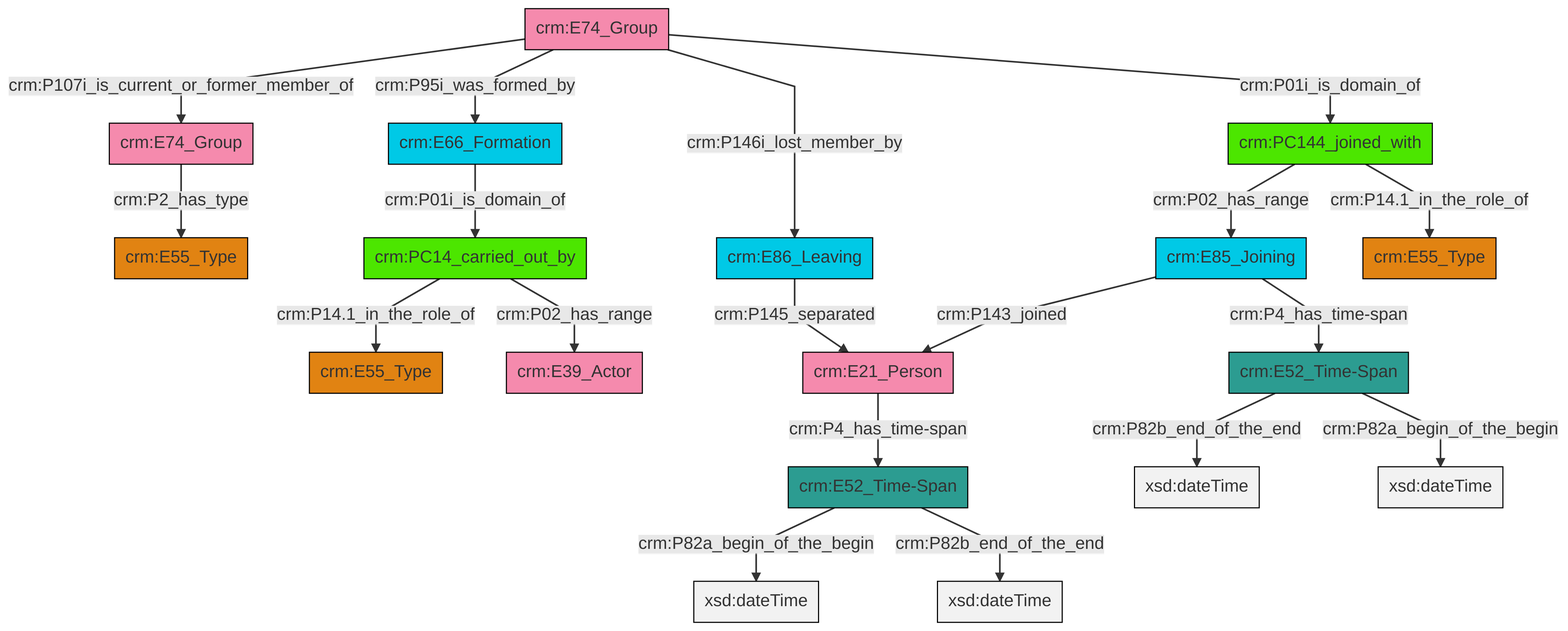
Earlier version of the Mermaid export et/groupCSV/ttl/mmd/png/group_actor_relations.png (swiss-art-research-net/docs.swissartresearch). Its source is kept beside it as et/groupCSV/ttl/mmd/group_actor_relations.ttl.mmd.
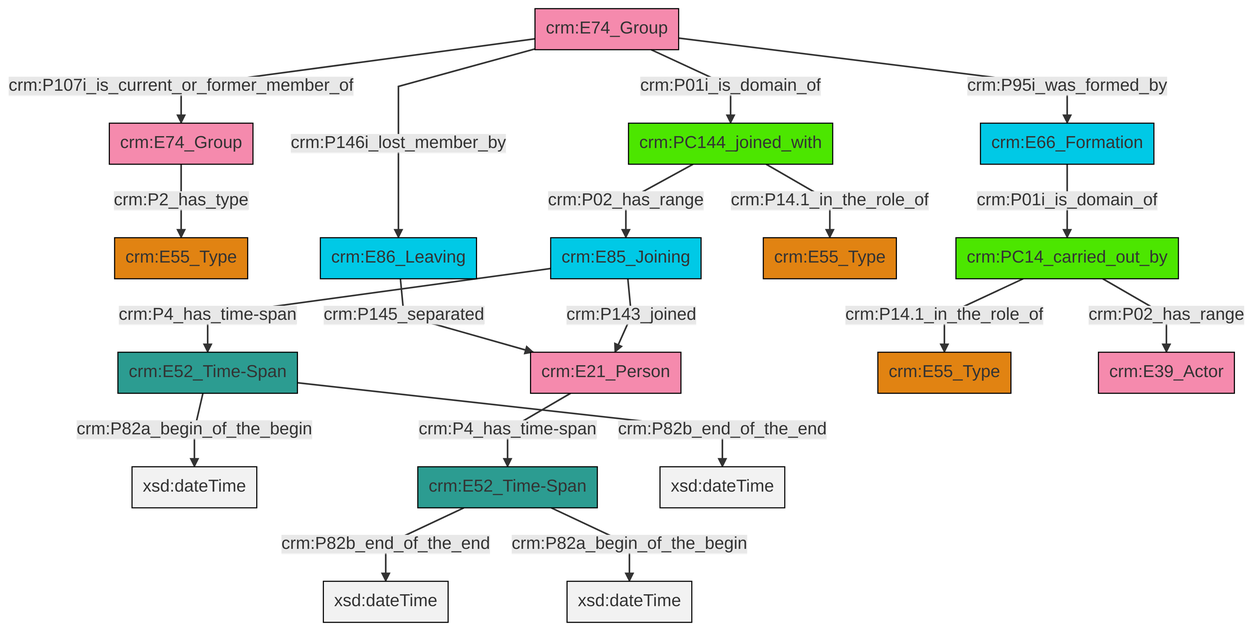
The same file after the commit.

The edit, as a diff of the source:
```diff
@@ -13,21 +13,21 @@
 classDef PC_Classes fill:#4ce600, stroke:#000000;
 classDef Multi fill:#cccccc,stroke:#000000;
 
-2["crm:E52_Time-Span"]:::Time-Span -->|crm:P82a_begin_of_the_begin| 3[xsd:dateTime]:::Literal
-2["crm:E52_Time-Span"]:::Time-Span -->|crm:P82b_end_of_the_end| 5[xsd:dateTime]:::Literal
-10["crm:E74_Group"]:::Actor -->|crm:P95i_was_formed_by| 11["crm:E66_Formation"]:::Temporal_Entity
-14["crm:PC14_carried_out_by"]:::PC_Classes -->|crm:P02_has_range| 6["crm:E39_Actor"]:::Actor
-16["crm:E74_Group"]:::Actor -->|crm:P2_has_type| 8["crm:E55_Type"]:::Type
-21["crm:E52_Time-Span"]:::Time-Span -->|crm:P82b_end_of_the_end| 25[xsd:dateTime]:::Literal
-10["crm:E74_Group"]:::Actor -->|crm:P146i_lost_member_by| 19["crm:E86_Leaving"]:::Temporal_Entity
-21["crm:E52_Time-Span"]:::Time-Span -->|crm:P82a_begin_of_the_begin| 29[xsd:dateTime]:::Literal
-19["crm:E86_Leaving"]:::Temporal_Entity -->|crm:P145_separated| 23["crm:E21_Person"]:::Actor
-10["crm:E74_Group"]:::Actor -->|crm:P107i_is_current_or_former_member_of| 16["crm:E74_Group"]:::Actor
-12["crm:E85_Joining"]:::Temporal_Entity -->|crm:P143_joined| 23["crm:E21_Person"]:::Actor
-10["crm:E74_Group"]:::Actor -->|crm:P01i_is_domain_of| 17["crm:PC144_joined_with"]:::PC_Classes
-12["crm:E85_Joining"]:::Temporal_Entity -->|crm:P4_has_time-span| 21["crm:E52_Time-Span"]:::Time-Span
-11["crm:E66_Formation"]:::Temporal_Entity -->|crm:P01i_is_domain_of| 14["crm:PC14_carried_out_by"]:::PC_Classes
-23["crm:E21_Person"]:::Actor -->|crm:P4_has_time-span| 2["crm:E52_Time-Span"]:::Time-Span
-17["crm:PC144_joined_with"]:::PC_Classes -->|crm:P14.1_in_the_role_of| 30["crm:E55_Type"]:::Type
-17["crm:PC144_joined_with"]:::PC_Classes -->|crm:P02_has_range| 12["crm:E85_Joining"]:::Temporal_Entity
-14["crm:PC14_carried_out_by"]:::PC_Classes -->|crm:P14.1_in_the_role_of| 0["crm:E55_Type"]:::Type
+8["crm:E74_Group"]:::Actor -->|crm:P2_has_type| 4["crm:E55_Type"]:::Type
+9["crm:E74_Group"]:::Actor -->|crm:P107i_is_current_or_former_member_of| 8["crm:E74_Group"]:::Actor
+12["crm:E52_Time-Span"]:::Time-Span -->|crm:P82a_begin_of_the_begin| 13[xsd:dateTime]:::Literal
+9["crm:E74_Group"]:::Actor -->|crm:P01i_is_domain_of| 0["crm:PC144_joined_with"]:::PC_Classes
+6["crm:E85_Joining"]:::Temporal_Entity -->|crm:P143_joined| 2["crm:E21_Person"]:::Actor
+18["crm:E52_Time-Span"]:::Time-Span -->|crm:P82b_end_of_the_end| 20[xsd:dateTime]:::Literal
+6["crm:E85_Joining"]:::Temporal_Entity -->|crm:P4_has_time-span| 12["crm:E52_Time-Span"]:::Time-Span
+21["crm:PC14_carried_out_by"]:::PC_Classes -->|crm:P14.1_in_the_role_of| 14["crm:E55_Type"]:::Type
+0["crm:PC144_joined_with"]:::PC_Classes -->|crm:P14.1_in_the_role_of| 16["crm:E55_Type"]:::Type
+0["crm:PC144_joined_with"]:::PC_Classes -->|crm:P02_has_range| 6["crm:E85_Joining"]:::Temporal_Entity
+23["crm:E66_Formation"]:::Temporal_Entity -->|crm:P01i_is_domain_of| 21["crm:PC14_carried_out_by"]:::PC_Classes
+9["crm:E74_Group"]:::Actor -->|crm:P95i_was_formed_by| 23["crm:E66_Formation"]:::Temporal_Entity
+12["crm:E52_Time-Span"]:::Time-Span -->|crm:P82b_end_of_the_end| 28[xsd:dateTime]:::Literal
+9["crm:E74_Group"]:::Actor -->|crm:P146i_lost_member_by| 10["crm:E86_Leaving"]:::Temporal_Entity
+10["crm:E86_Leaving"]:::Temporal_Entity -->|crm:P145_separated| 2["crm:E21_Person"]:::Actor
+18["crm:E52_Time-Span"]:::Time-Span -->|crm:P82a_begin_of_the_begin| 30[xsd:dateTime]:::Literal
+21["crm:PC14_carried_out_by"]:::PC_Classes -->|crm:P02_has_range| 32["crm:E39_Actor"]:::Actor
+2["crm:E21_Person"]:::Actor -->|crm:P4_has_time-span| 18["crm:E52_Time-Span"]:::Time-Span
```
